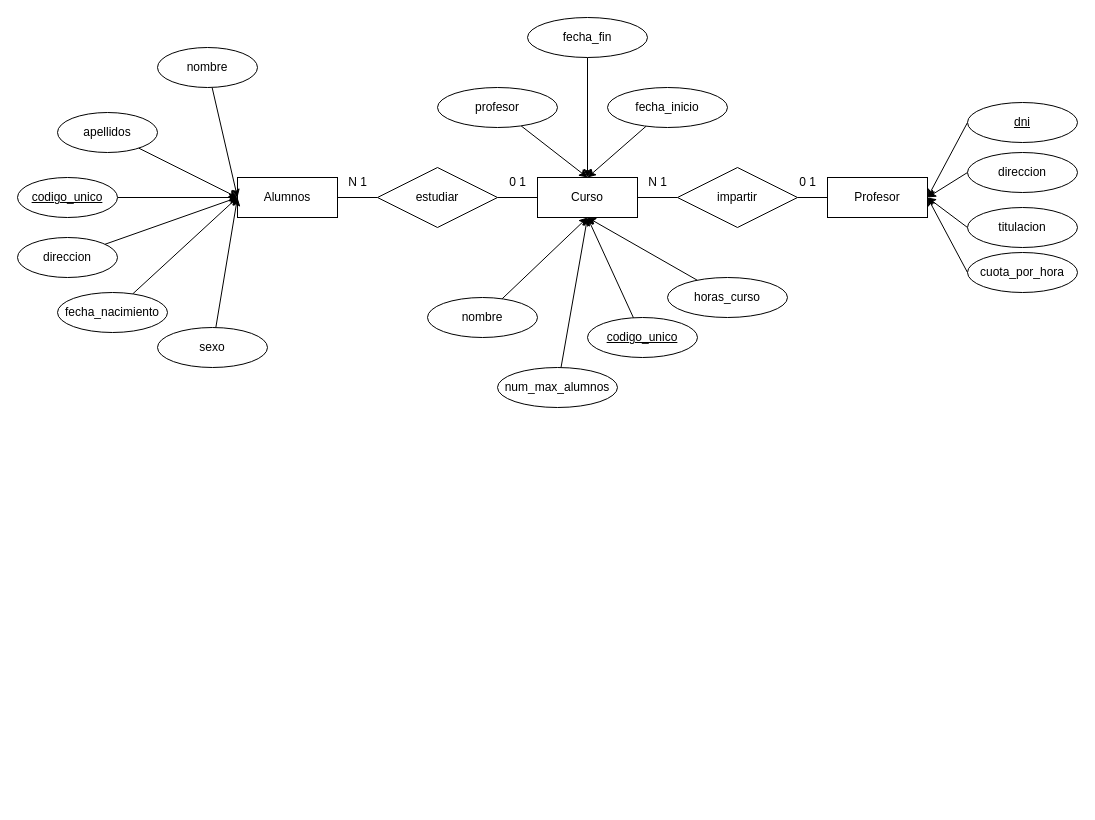
This is Diagrama_Ej12.drawio from adriii28/agm-tsys-TA14-mysql-18102023, a draw.io file, before an edit. Source tidied: cells renumbered, new cells numbered last; positions are measured from the earlier drawing's top-left corner, leaving out a move shared by most shapes. Both pictures are drawn from the tidied source at 100%, with x=0, y=0 at pixel (17, 17).
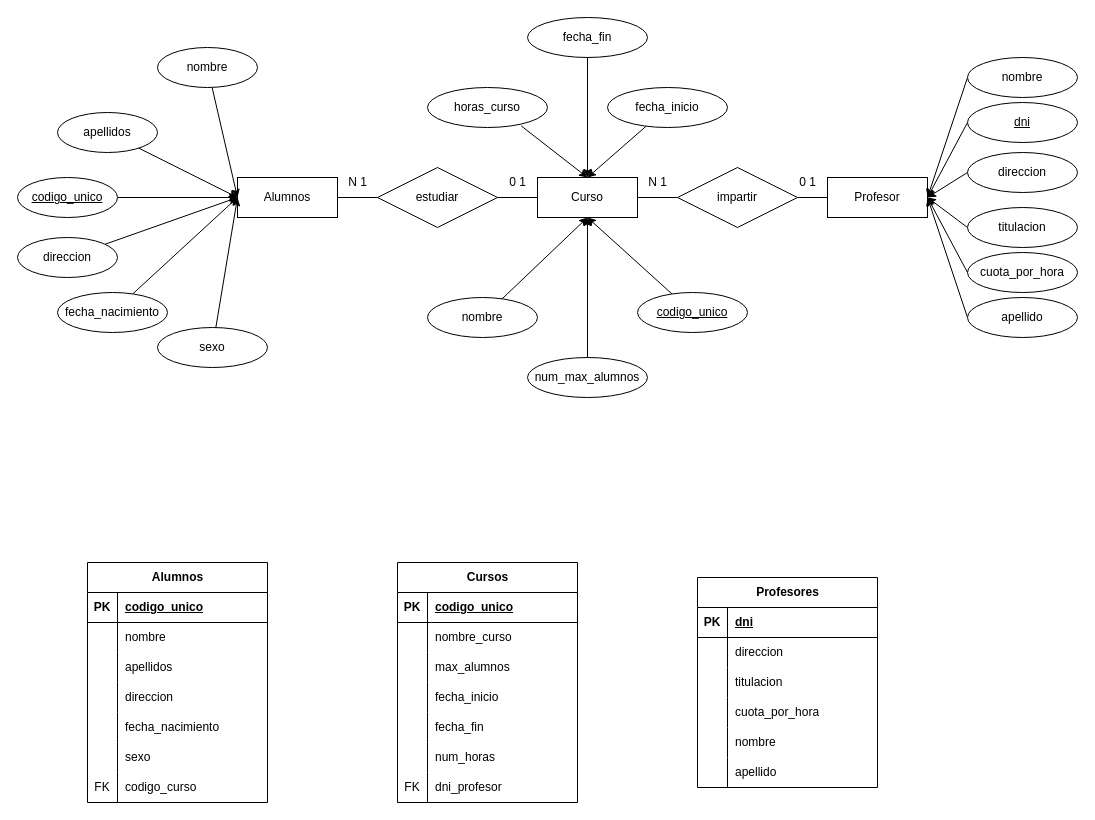
The same diagram, later.

Unchanged cells that the change refers to:
```xml
<mxCell id="4" value="Curso" style="whiteSpace=wrap;html=1;align=center;" parent="1" vertex="1">
  <mxGeometry x="520" y="160" width="100" height="40" as="geometry" />
</mxCell>
<mxCell id="6" value="Profesor" style="whiteSpace=wrap;html=1;align=center;" parent="1" vertex="1">
  <mxGeometry x="810" y="160" width="100" height="40" as="geometry" />
</mxCell>
```

The edit, as a diff of the source:
```diff
@@
     <mxCell id="22" value="codigo_unico" style="ellipse;whiteSpace=wrap;html=1;align=center;fontStyle=4;" parent="1" vertex="1">
-      <mxGeometry x="570" y="300" width="110" height="40" as="geometry" />
+      <mxGeometry x="620" y="275" width="110" height="40" as="geometry" />
     </mxCell>
@@
     <mxCell id="24" value="num_max_alumnos" style="ellipse;whiteSpace=wrap;html=1;align=center;" parent="1" vertex="1">
-      <mxGeometry x="480" y="350" width="120" height="40" as="geometry" />
+      <mxGeometry x="510" y="340" width="120" height="40" as="geometry" />
     </mxCell>
-    <mxCell id="25" style="rounded=0;jettySize=auto;html=1;entryX=0.5;entryY=0;entryDx=0;entryDy=0;" parent="1" edge="1" source="26" target="4">
-      <mxGeometry relative="1" as="geometry" />
+    <mxCell id="25" style="rounded=0;jettySize=auto;html=1;entryX=0.5;entryY=0;entryDx=0;entryDy=0;" parent="1" edge="1" target="4">
+      <mxGeometry relative="1" as="geometry">
+        <mxPoint x="503.7" y="108.4" as="sourcePoint" />
+      </mxGeometry>
     </mxCell>
-    <mxCell id="26" value="profesor" style="ellipse;whiteSpace=wrap;html=1;align=center;" parent="1" vertex="1">
-      <mxGeometry x="420" y="70" width="120" height="40" as="geometry" />
-    </mxCell>
@@
-    <mxCell id="31" style="rounded=0;jettySize=auto;html=1;entryX=0.5;entryY=1;entryDx=0;entryDy=0;" parent="1" edge="1" source="32" target="4">
-      <mxGeometry relative="1" as="geometry" />
-    </mxCell>
-    <mxCell id="32" value="horas_curso" style="ellipse;whiteSpace=wrap;html=1;align=center;" parent="1" vertex="1">
-      <mxGeometry x="650" y="260" width="120" height="40" as="geometry" />
-    </mxCell>
@@
+    <mxCell id="49" value="Alumnos" style="shape=table;startSize=30;childLayout=tableLayout;rowLines=0;fontStyle=1;align=center;html=1;" parent="1" vertex="1">
+      <mxGeometry x="70" y="545" width="180" height="240" as="geometry" />
+    </mxCell>
+    <mxCell id="50" style="shape=tableRow;horizontal=0;startSize=0;swimlaneHead=0;swimlaneBody=0;fillColor=none;top=0;left=0;right=0;bottom=1;" parent="49" vertex="1">
+      <mxGeometry y="30" width="180" height="30" as="geometry" />
+    </mxCell>
+    <mxCell id="51" value="PK" style="shape=partialRectangle;fillColor=none;top=0;left=0;bottom=0;right=0;fontStyle=1;overflow=hidden;whiteSpace=wrap;html=1;" parent="50" vertex="1">
+      <mxGeometry width="30" height="30" as="geometry" />
+    </mxCell>
+    <mxCell id="52" value="codigo_unico" style="shape=partialRectangle;fillColor=none;top=0;left=0;bottom=0;right=0;align=left;spacingLeft=6;fontStyle=5;overflow=hidden;whiteSpace=wrap;html=1;" parent="50" vertex="1">
+      <mxGeometry x="30" width="150" height="30" as="geometry" />
+    </mxCell>
+    <mxCell id="53" style="shape=tableRow;horizontal=0;startSize=0;swimlaneHead=0;swimlaneBody=0;fillColor=none;top=0;left=0;right=0;bottom=0;" parent="49" vertex="1">
+      <mxGeometry y="60" width="180" height="30" as="geometry" />
+    </mxCell>
+    <mxCell id="54" style="shape=partialRectangle;fillColor=none;top=0;left=0;bottom=0;right=0;overflow=hidden;whiteSpace=wrap;html=1;" parent="53" vertex="1">
+      <mxGeometry width="30" height="30" as="geometry" />
+    </mxCell>
+    <mxCell id="55" value="nombre" style="shape=partialRectangle;fillColor=none;top=0;left=0;bottom=0;right=0;align=left;spacingLeft=6;overflow=hidden;whiteSpace=wrap;html=1;" parent="53" vertex="1">
+      <mxGeometry x="30" width="150" height="30" as="geometry" />
+    </mxCell>
+    <mxCell id="56" style="shape=tableRow;horizontal=0;startSize=0;swimlaneHead=0;swimlaneBody=0;fillColor=none;top=0;left=0;right=0;bottom=0;" parent="49" vertex="1">
+      <mxGeometry y="90" width="180" height="30" as="geometry" />
+    </mxCell>
+    <mxCell id="57" style="shape=partialRectangle;fillColor=none;top=0;left=0;bottom=0;right=0;overflow=hidden;whiteSpace=wrap;html=1;" parent="56" vertex="1">
+      <mxGeometry width="30" height="30" as="geometry" />
+    </mxCell>
+    <mxCell id="58" value="apellidos" style="shape=partialRectangle;fillColor=none;top=0;left=0;bottom=0;right=0;align=left;spacingLeft=6;overflow=hidden;whiteSpace=wrap;html=1;" parent="56" vertex="1">
+      <mxGeometry x="30" width="150" height="30" as="geometry" />
+    </mxCell>
+    <mxCell id="59" style="shape=tableRow;horizontal=0;startSize=0;swimlaneHead=0;swimlaneBody=0;fillColor=none;top=0;left=0;right=0;bottom=0;" parent="49" vertex="1">
+      <mxGeometry y="120" width="180" height="30" as="geometry" />
+    </mxCell>
+    <mxCell id="60" style="shape=partialRectangle;fillColor=none;top=0;left=0;bottom=0;right=0;overflow=hidden;whiteSpace=wrap;html=1;" parent="59" vertex="1">
+      <mxGeometry width="30" height="30" as="geometry" />
+    </mxCell>
+    <mxCell id="61" value="direccion" style="shape=partialRectangle;fillColor=none;top=0;left=0;bottom=0;right=0;align=left;spacingLeft=6;overflow=hidden;whiteSpace=wrap;html=1;" parent="59" vertex="1">
+      <mxGeometry x="30" width="150" height="30" as="geometry" />
+    </mxCell>
+    <mxCell id="62" style="shape=tableRow;horizontal=0;startSize=0;swimlaneHead=0;swimlaneBody=0;fillColor=none;top=0;left=0;right=0;bottom=0;" parent="49" vertex="1">
+      <mxGeometry y="150" width="180" height="30" as="geometry" />
+    </mxCell>
+    <mxCell id="63" style="shape=partialRectangle;fillColor=none;top=0;left=0;bottom=0;right=0;overflow=hidden;whiteSpace=wrap;html=1;" parent="62" vertex="1">
+      <mxGeometry width="30" height="30" as="geometry" />
+    </mxCell>
+    <mxCell id="64" value="fecha_nacimiento" style="shape=partialRectangle;fillColor=none;top=0;left=0;bottom=0;right=0;align=left;spacingLeft=6;overflow=hidden;whiteSpace=wrap;html=1;" parent="62" vertex="1">
+      <mxGeometry x="30" width="150" height="30" as="geometry" />
+    </mxCell>
+    <mxCell id="65" style="shape=tableRow;horizontal=0;startSize=0;swimlaneHead=0;swimlaneBody=0;fillColor=none;top=0;left=0;right=0;bottom=0;" parent="49" vertex="1">
+      <mxGeometry y="180" width="180" height="30" as="geometry" />
+    </mxCell>
+    <mxCell id="66" style="shape=partialRectangle;fillColor=none;top=0;left=0;bottom=0;right=0;overflow=hidden;whiteSpace=wrap;html=1;" parent="65" vertex="1">
+      <mxGeometry width="30" height="30" as="geometry" />
+    </mxCell>
+    <mxCell id="67" value="sexo" style="shape=partialRectangle;fillColor=none;top=0;left=0;bottom=0;right=0;align=left;spacingLeft=6;overflow=hidden;whiteSpace=wrap;html=1;" parent="65" vertex="1">
+      <mxGeometry x="30" width="150" height="30" as="geometry" />
+    </mxCell>
+    <mxCell id="68" style="shape=tableRow;horizontal=0;startSize=0;swimlaneHead=0;swimlaneBody=0;fillColor=none;top=0;left=0;right=0;bottom=0;" parent="49" vertex="1">
+      <mxGeometry y="210" width="180" height="30" as="geometry" />
+    </mxCell>
+    <mxCell id="69" value="FK" style="shape=partialRectangle;fillColor=none;top=0;left=0;bottom=0;right=0;overflow=hidden;whiteSpace=wrap;html=1;" parent="68" vertex="1">
+      <mxGeometry width="30" height="30" as="geometry" />
+    </mxCell>
+    <mxCell id="70" value="codigo_curso" style="shape=partialRectangle;fillColor=none;top=0;left=0;bottom=0;right=0;align=left;spacingLeft=6;overflow=hidden;whiteSpace=wrap;html=1;" parent="68" vertex="1">
+      <mxGeometry x="30" width="150" height="30" as="geometry" />
+    </mxCell>
+    <mxCell id="71" value="Profesores" style="shape=table;startSize=30;childLayout=tableLayout;rowLines=0;fontStyle=1;align=center;html=1;" parent="1" vertex="1">
+      <mxGeometry x="680" y="560" width="180" height="210" as="geometry" />
+    </mxCell>
+    <mxCell id="72" style="shape=tableRow;horizontal=0;startSize=0;swimlaneHead=0;swimlaneBody=0;fillColor=none;top=0;left=0;right=0;bottom=1;" parent="71" vertex="1">
+      <mxGeometry y="30" width="180" height="30" as="geometry" />
+    </mxCell>
+    <mxCell id="73" value="PK" style="shape=partialRectangle;fillColor=none;top=0;left=0;bottom=0;right=0;fontStyle=1;overflow=hidden;whiteSpace=wrap;html=1;" parent="72" vertex="1">
+      <mxGeometry width="30" height="30" as="geometry" />
+    </mxCell>
+    <mxCell id="74" value="dni" style="shape=partialRectangle;fillColor=none;top=0;left=0;bottom=0;right=0;align=left;spacingLeft=6;fontStyle=5;overflow=hidden;whiteSpace=wrap;html=1;" parent="72" vertex="1">
+      <mxGeometry x="30" width="150" height="30" as="geometry" />
+    </mxCell>
+    <mxCell id="75" style="shape=tableRow;horizontal=0;startSize=0;swimlaneHead=0;swimlaneBody=0;fillColor=none;top=0;left=0;right=0;bottom=0;" parent="71" vertex="1">
+      <mxGeometry y="60" width="180" height="30" as="geometry" />
+    </mxCell>
+    <mxCell id="76" style="shape=partialRectangle;fillColor=none;top=0;left=0;bottom=0;right=0;overflow=hidden;whiteSpace=wrap;html=1;" parent="75" vertex="1">
+      <mxGeometry width="30" height="30" as="geometry" />
+    </mxCell>
+    <mxCell id="77" value="direccion" style="shape=partialRectangle;fillColor=none;top=0;left=0;bottom=0;right=0;align=left;spacingLeft=6;overflow=hidden;whiteSpace=wrap;html=1;" parent="75" vertex="1">
+      <mxGeometry x="30" width="150" height="30" as="geometry" />
+    </mxCell>
+    <mxCell id="78" style="shape=tableRow;horizontal=0;startSize=0;swimlaneHead=0;swimlaneBody=0;fillColor=none;top=0;left=0;right=0;bottom=0;" parent="71" vertex="1">
+      <mxGeometry y="90" width="180" height="30" as="geometry" />
+    </mxCell>
+    <mxCell id="79" style="shape=partialRectangle;fillColor=none;top=0;left=0;bottom=0;right=0;overflow=hidden;whiteSpace=wrap;html=1;" parent="78" vertex="1">
+      <mxGeometry width="30" height="30" as="geometry" />
+    </mxCell>
+    <mxCell id="80" value="titulacion" style="shape=partialRectangle;fillColor=none;top=0;left=0;bottom=0;right=0;align=left;spacingLeft=6;overflow=hidden;whiteSpace=wrap;html=1;" parent="78" vertex="1">
+      <mxGeometry x="30" width="150" height="30" as="geometry" />
+    </mxCell>
+    <mxCell id="81" style="shape=tableRow;horizontal=0;startSize=0;swimlaneHead=0;swimlaneBody=0;fillColor=none;top=0;left=0;right=0;bottom=0;" parent="71" vertex="1">
+      <mxGeometry y="120" width="180" height="30" as="geometry" />
+    </mxCell>
+    <mxCell id="82" style="shape=partialRectangle;fillColor=none;top=0;left=0;bottom=0;right=0;overflow=hidden;whiteSpace=wrap;html=1;" parent="81" vertex="1">
+      <mxGeometry width="30" height="30" as="geometry" />
+    </mxCell>
+    <mxCell id="83" value="cuota_por_hora" style="shape=partialRectangle;fillColor=none;top=0;left=0;bottom=0;right=0;align=left;spacingLeft=6;overflow=hidden;whiteSpace=wrap;html=1;" parent="81" vertex="1">
+      <mxGeometry x="30" width="150" height="30" as="geometry" />
+    </mxCell>
+    <mxCell id="84" style="shape=tableRow;horizontal=0;startSize=0;swimlaneHead=0;swimlaneBody=0;fillColor=none;top=0;left=0;right=0;bottom=0;" parent="71" vertex="1">
+      <mxGeometry y="150" width="180" height="30" as="geometry" />
+    </mxCell>
+    <mxCell id="85" style="shape=partialRectangle;fillColor=none;top=0;left=0;bottom=0;right=0;overflow=hidden;whiteSpace=wrap;html=1;" parent="84" vertex="1">
+      <mxGeometry width="30" height="30" as="geometry" />
+    </mxCell>
+    <mxCell id="86" value="nombre" style="shape=partialRectangle;fillColor=none;top=0;left=0;bottom=0;right=0;align=left;spacingLeft=6;overflow=hidden;whiteSpace=wrap;html=1;" parent="84" vertex="1">
+      <mxGeometry x="30" width="150" height="30" as="geometry" />
+    </mxCell>
+    <mxCell id="87" style="shape=tableRow;horizontal=0;startSize=0;swimlaneHead=0;swimlaneBody=0;fillColor=none;top=0;left=0;right=0;bottom=0;" parent="71" vertex="1">
+      <mxGeometry y="180" width="180" height="30" as="geometry" />
+    </mxCell>
+    <mxCell id="88" style="shape=partialRectangle;fillColor=none;top=0;left=0;bottom=0;right=0;overflow=hidden;whiteSpace=wrap;html=1;" parent="87" vertex="1">
+      <mxGeometry width="30" height="30" as="geometry" />
+    </mxCell>
+    <mxCell id="89" value="apellido" style="shape=partialRectangle;fillColor=none;top=0;left=0;bottom=0;right=0;align=left;spacingLeft=6;overflow=hidden;whiteSpace=wrap;html=1;" parent="87" vertex="1">
+      <mxGeometry x="30" width="150" height="30" as="geometry" />
+    </mxCell>
+    <mxCell id="90" style="rounded=0;jettySize=auto;html=1;entryX=1;entryY=0.5;entryDx=0;entryDy=0;exitX=0;exitY=0.5;exitDx=0;exitDy=0;" parent="1" edge="1" source="91" target="6">
+      <mxGeometry relative="1" as="geometry" />
+    </mxCell>
+    <mxCell id="91" value="nombre" style="ellipse;whiteSpace=wrap;html=1;align=center;fontStyle=0;" parent="1" vertex="1">
+      <mxGeometry x="950" y="40" width="110" height="40" as="geometry" />
+    </mxCell>
+    <mxCell id="92" style="rounded=0;jettySize=auto;html=1;entryX=1;entryY=0.5;entryDx=0;entryDy=0;exitX=0;exitY=0.5;exitDx=0;exitDy=0;" parent="1" edge="1" source="93" target="6">
+      <mxGeometry relative="1" as="geometry" />
+    </mxCell>
+    <mxCell id="93" value="apellido" style="ellipse;whiteSpace=wrap;html=1;align=center;fontStyle=0;" parent="1" vertex="1">
+      <mxGeometry x="950" y="280" width="110" height="40" as="geometry" />
+    </mxCell>
+    <mxCell id="94" value="Cursos" style="shape=table;startSize=30;childLayout=tableLayout;rowLines=0;fontStyle=1;align=center;html=1;" parent="1" vertex="1">
+      <mxGeometry x="380" y="545" width="180" height="240" as="geometry" />
+    </mxCell>
+    <mxCell id="95" style="shape=tableRow;horizontal=0;startSize=0;swimlaneHead=0;swimlaneBody=0;fillColor=none;top=0;left=0;right=0;bottom=1;" parent="94" vertex="1">
+      <mxGeometry y="30" width="180" height="30" as="geometry" />
+    </mxCell>
+    <mxCell id="96" value="PK" style="shape=partialRectangle;fillColor=none;top=0;left=0;bottom=0;right=0;fontStyle=1;overflow=hidden;whiteSpace=wrap;html=1;" parent="95" vertex="1">
+      <mxGeometry width="30" height="30" as="geometry" />
+    </mxCell>
+    <mxCell id="97" value="codigo_unico" style="shape=partialRectangle;fillColor=none;top=0;left=0;bottom=0;right=0;align=left;spacingLeft=6;fontStyle=5;overflow=hidden;whiteSpace=wrap;html=1;" parent="95" vertex="1">
+      <mxGeometry x="30" width="150" height="30" as="geometry" />
+    </mxCell>
+    <mxCell id="98" style="shape=tableRow;horizontal=0;startSize=0;swimlaneHead=0;swimlaneBody=0;fillColor=none;top=0;left=0;right=0;bottom=0;" parent="94" vertex="1">
+      <mxGeometry y="60" width="180" height="30" as="geometry" />
+    </mxCell>
+    <mxCell id="99" style="shape=partialRectangle;fillColor=none;top=0;left=0;bottom=0;right=0;overflow=hidden;whiteSpace=wrap;html=1;" parent="98" vertex="1">
+      <mxGeometry width="30" height="30" as="geometry" />
+    </mxCell>
+    <mxCell id="100" value="nombre_curso" style="shape=partialRectangle;fillColor=none;top=0;left=0;bottom=0;right=0;align=left;spacingLeft=6;overflow=hidden;whiteSpace=wrap;html=1;" parent="98" vertex="1">
+      <mxGeometry x="30" width="150" height="30" as="geometry" />
+    </mxCell>
+    <mxCell id="101" style="shape=tableRow;horizontal=0;startSize=0;swimlaneHead=0;swimlaneBody=0;fillColor=none;top=0;left=0;right=0;bottom=0;" parent="94" vertex="1">
+      <mxGeometry y="90" width="180" height="30" as="geometry" />
+    </mxCell>
+    <mxCell id="102" style="shape=partialRectangle;fillColor=none;top=0;left=0;bottom=0;right=0;overflow=hidden;whiteSpace=wrap;html=1;" parent="101" vertex="1">
+      <mxGeometry width="30" height="30" as="geometry" />
+    </mxCell>
+    <mxCell id="103" value="max_alumnos" style="shape=partialRectangle;fillColor=none;top=0;left=0;bottom=0;right=0;align=left;spacingLeft=6;overflow=hidden;whiteSpace=wrap;html=1;" parent="101" vertex="1">
+      <mxGeometry x="30" width="150" height="30" as="geometry" />
+    </mxCell>
+    <mxCell id="104" style="shape=tableRow;horizontal=0;startSize=0;swimlaneHead=0;swimlaneBody=0;fillColor=none;top=0;left=0;right=0;bottom=0;" parent="94" vertex="1">
+      <mxGeometry y="120" width="180" height="30" as="geometry" />
+    </mxCell>
+    <mxCell id="105" style="shape=partialRectangle;fillColor=none;top=0;left=0;bottom=0;right=0;overflow=hidden;whiteSpace=wrap;html=1;" parent="104" vertex="1">
+      <mxGeometry width="30" height="30" as="geometry" />
+    </mxCell>
+    <mxCell id="106" value="fecha_inicio" style="shape=partialRectangle;fillColor=none;top=0;left=0;bottom=0;right=0;align=left;spacingLeft=6;overflow=hidden;whiteSpace=wrap;html=1;" parent="104" vertex="1">
+      <mxGeometry x="30" width="150" height="30" as="geometry" />
+    </mxCell>
+    <mxCell id="107" style="shape=tableRow;horizontal=0;startSize=0;swimlaneHead=0;swimlaneBody=0;fillColor=none;top=0;left=0;right=0;bottom=0;" parent="94" vertex="1">
+      <mxGeometry y="150" width="180" height="30" as="geometry" />
+    </mxCell>
+    <mxCell id="108" style="shape=partialRectangle;fillColor=none;top=0;left=0;bottom=0;right=0;overflow=hidden;whiteSpace=wrap;html=1;" parent="107" vertex="1">
+      <mxGeometry width="30" height="30" as="geometry" />
+    </mxCell>
+    <mxCell id="109" value="fecha_fin" style="shape=partialRectangle;fillColor=none;top=0;left=0;bottom=0;right=0;align=left;spacingLeft=6;overflow=hidden;whiteSpace=wrap;html=1;" parent="107" vertex="1">
+      <mxGeometry x="30" width="150" height="30" as="geometry" />
+    </mxCell>
+    <mxCell id="110" style="shape=tableRow;horizontal=0;startSize=0;swimlaneHead=0;swimlaneBody=0;fillColor=none;top=0;left=0;right=0;bottom=0;" parent="94" vertex="1">
+      <mxGeometry y="180" width="180" height="30" as="geometry" />
+    </mxCell>
+    <mxCell id="111" style="shape=partialRectangle;fillColor=none;top=0;left=0;bottom=0;right=0;overflow=hidden;whiteSpace=wrap;html=1;" parent="110" vertex="1">
+      <mxGeometry width="30" height="30" as="geometry" />
+    </mxCell>
+    <mxCell id="112" value="num_horas" style="shape=partialRectangle;fillColor=none;top=0;left=0;bottom=0;right=0;align=left;spacingLeft=6;overflow=hidden;whiteSpace=wrap;html=1;" parent="110" vertex="1">
+      <mxGeometry x="30" width="150" height="30" as="geometry" />
+    </mxCell>
+    <mxCell id="113" style="shape=tableRow;horizontal=0;startSize=0;swimlaneHead=0;swimlaneBody=0;fillColor=none;top=0;left=0;right=0;bottom=0;" parent="94" vertex="1">
+      <mxGeometry y="210" width="180" height="30" as="geometry" />
+    </mxCell>
+    <mxCell id="114" value="FK" style="shape=partialRectangle;fillColor=none;top=0;left=0;bottom=0;right=0;overflow=hidden;whiteSpace=wrap;html=1;" parent="113" vertex="1">
+      <mxGeometry width="30" height="30" as="geometry" />
+    </mxCell>
+    <mxCell id="115" value="dni_profesor" style="shape=partialRectangle;fillColor=none;top=0;left=0;bottom=0;right=0;align=left;spacingLeft=6;overflow=hidden;whiteSpace=wrap;html=1;" parent="113" vertex="1">
+      <mxGeometry x="30" width="150" height="30" as="geometry" />
+    </mxCell>
+    <mxCell id="32" value="horas_curso" style="ellipse;whiteSpace=wrap;html=1;align=center;" parent="1" vertex="1">
+      <mxGeometry x="410" y="70" width="120" height="40" as="geometry" />
+    </mxCell>
```
